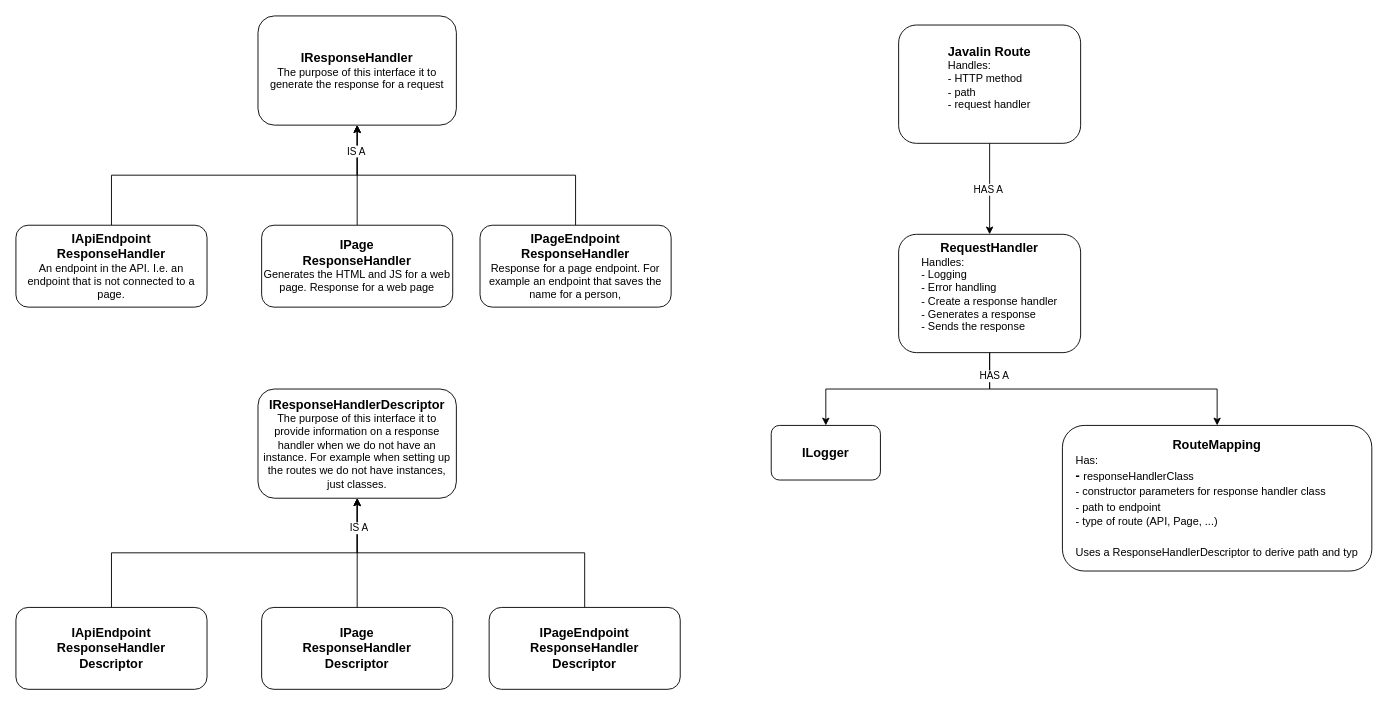
The draw.io diagram diagram.drawio in Schinzel/web-blocks, before the edit. Source tidied: cells renumbered, new cells numbered last; positions are measured from the earlier drawing's top-left corner, leaving out a move shared by most shapes. Both pictures are drawn from the tidied source at 91%, with x=0, y=0 at pixel (15, 15).
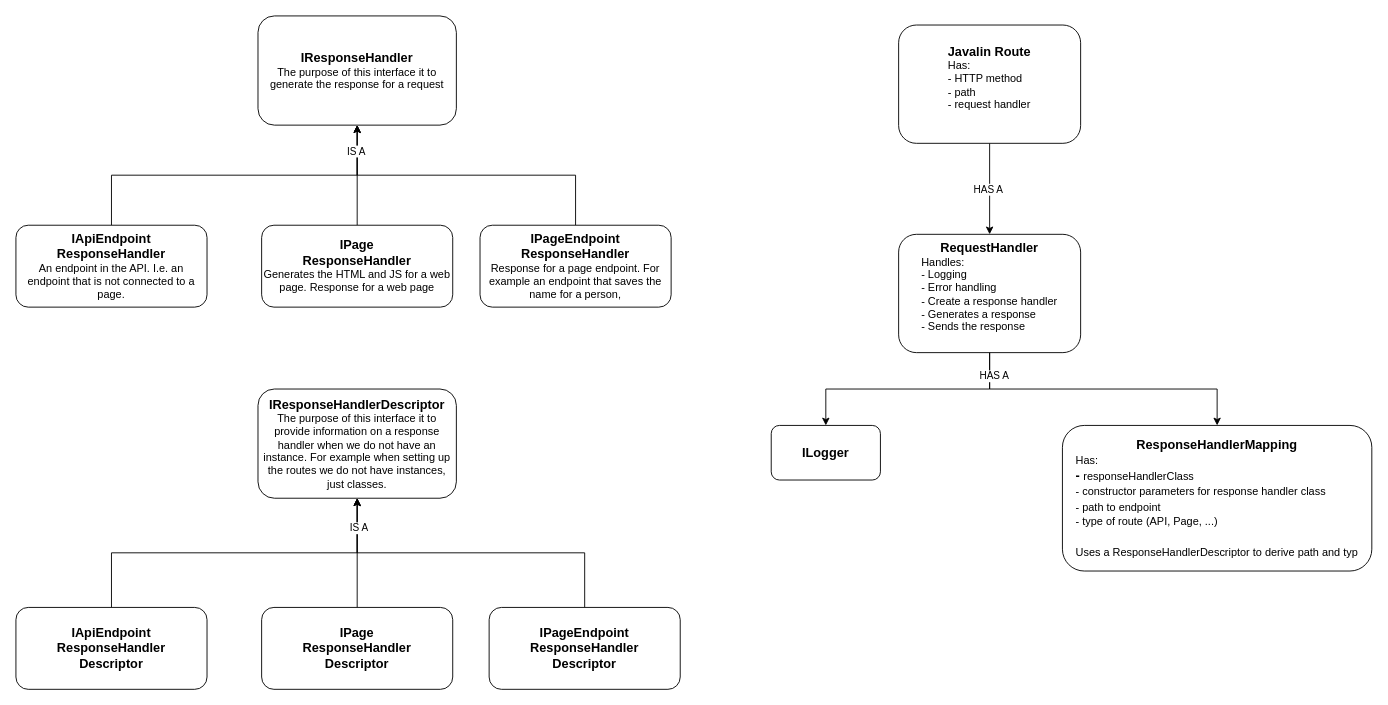
Above is the later version.

The edit, as a diff of the source:
```diff
@@
-    <mxCell id="25" value="&lt;font style=&quot;font-size: 14px;&quot;&gt;&lt;b&gt;RouteMapping&lt;/b&gt;&lt;br&gt;&lt;div style=&quot;text-align: left;&quot;&gt;&lt;span style=&quot;background-color: initial; font-size: 12px;&quot;&gt;Has:&lt;/span&gt;&lt;/div&gt;&lt;div style=&quot;font-weight: bold; text-align: left;&quot;&gt;&lt;b style=&quot;background-color: initial; font-size: 12px;&quot;&gt;&lt;font style=&quot;font-size: 14px;&quot;&gt;-&amp;nbsp;&lt;/font&gt;&lt;/b&gt;&lt;span style=&quot;background-color: initial; font-size: 12px; font-weight: normal;&quot;&gt;responseHandlerClass&lt;/span&gt;&lt;/div&gt;&lt;div style=&quot;font-weight: bold; text-align: left;&quot;&gt;&lt;span style=&quot;background-color: initial; font-size: 12px; font-weight: normal;&quot;&gt;- constructor parameters for response handler class&lt;/span&gt;&lt;/div&gt;&lt;div style=&quot;font-weight: bold; text-align: left;&quot;&gt;&lt;span style=&quot;background-color: initial; font-size: 12px; font-weight: normal;&quot;&gt;- path to endpoint&lt;/span&gt;&lt;/div&gt;&lt;div style=&quot;font-weight: bold; text-align: left;&quot;&gt;&lt;span style=&quot;background-color: initial; font-size: 12px; font-weight: normal;&quot;&gt;- type of route (API, Page, ...)&lt;/span&gt;&lt;/div&gt;&lt;div style=&quot;font-weight: bold; text-align: left;&quot;&gt;&lt;span style=&quot;background-color: initial; font-size: 12px; font-weight: normal;&quot;&gt;&lt;br&gt;&lt;/span&gt;&lt;/div&gt;&lt;div style=&quot;font-weight: bold; text-align: left;&quot;&gt;&lt;span style=&quot;background-color: initial; font-size: 12px; font-weight: normal;&quot;&gt;Uses a ResponseHandlerDescriptor to derive path and typ&lt;/span&gt;&lt;/div&gt;&lt;/font&gt;" style="rounded=1;whiteSpace=wrap;html=1;" parent="1" vertex="1">
+    <mxCell id="25" value="&lt;font style=&quot;font-size: 14px;&quot;&gt;&lt;b&gt;ResponseHandlerMapping&lt;/b&gt;&lt;br&gt;&lt;div style=&quot;text-align: left;&quot;&gt;&lt;span style=&quot;background-color: initial; font-size: 12px;&quot;&gt;Has:&lt;/span&gt;&lt;/div&gt;&lt;div style=&quot;font-weight: bold; text-align: left;&quot;&gt;&lt;b style=&quot;background-color: initial; font-size: 12px;&quot;&gt;&lt;font style=&quot;font-size: 14px;&quot;&gt;-&amp;nbsp;&lt;/font&gt;&lt;/b&gt;&lt;span style=&quot;background-color: initial; font-size: 12px; font-weight: normal;&quot;&gt;responseHandlerClass&lt;/span&gt;&lt;/div&gt;&lt;div style=&quot;font-weight: bold; text-align: left;&quot;&gt;&lt;span style=&quot;background-color: initial; font-size: 12px; font-weight: normal;&quot;&gt;- constructor parameters for response handler class&lt;/span&gt;&lt;/div&gt;&lt;div style=&quot;font-weight: bold; text-align: left;&quot;&gt;&lt;span style=&quot;background-color: initial; font-size: 12px; font-weight: normal;&quot;&gt;- path to endpoint&lt;/span&gt;&lt;/div&gt;&lt;div style=&quot;font-weight: bold; text-align: left;&quot;&gt;&lt;span style=&quot;background-color: initial; font-size: 12px; font-weight: normal;&quot;&gt;- type of route (API, Page, ...)&lt;/span&gt;&lt;/div&gt;&lt;div style=&quot;font-weight: bold; text-align: left;&quot;&gt;&lt;span style=&quot;background-color: initial; font-size: 12px; font-weight: normal;&quot;&gt;&lt;br&gt;&lt;/span&gt;&lt;/div&gt;&lt;div style=&quot;font-weight: bold; text-align: left;&quot;&gt;&lt;span style=&quot;background-color: initial; font-size: 12px; font-weight: normal;&quot;&gt;Uses a ResponseHandlerDescriptor to derive path and typ&lt;/span&gt;&lt;/div&gt;&lt;/font&gt;" style="rounded=1;whiteSpace=wrap;html=1;" parent="1" vertex="1">
       <mxGeometry x="1150" y="450" width="340" height="160" as="geometry" />
     </mxCell>
-    <mxCell id="26" value="&lt;b&gt;&lt;font style=&quot;font-size: 14px;&quot;&gt;Javalin Route&lt;/font&gt;&lt;/b&gt;&lt;br&gt;&lt;div style=&quot;text-align: left;&quot;&gt;&lt;span style=&quot;background-color: initial;&quot;&gt;Handles:&lt;/span&gt;&lt;/div&gt;&lt;div style=&quot;text-align: left;&quot;&gt;&lt;span style=&quot;background-color: initial;&quot;&gt;- HTTP method&lt;/span&gt;&lt;/div&gt;&lt;div style=&quot;text-align: left;&quot;&gt;&lt;span style=&quot;background-color: initial;&quot;&gt;- path&lt;/span&gt;&lt;/div&gt;&lt;div style=&quot;text-align: left;&quot;&gt;&lt;span style=&quot;background-color: initial;&quot;&gt;- request handler&lt;/span&gt;&lt;/div&gt;&lt;div style=&quot;text-align: left;&quot;&gt;&lt;br&gt;&lt;/div&gt;" style="rounded=1;whiteSpace=wrap;html=1;" parent="1" vertex="1">
+    <mxCell id="26" value="&lt;b&gt;&lt;font style=&quot;font-size: 14px;&quot;&gt;Javalin Route&lt;/font&gt;&lt;/b&gt;&lt;br&gt;&lt;div style=&quot;text-align: left;&quot;&gt;&lt;span style=&quot;background-color: initial;&quot;&gt;Has:&lt;/span&gt;&lt;/div&gt;&lt;div style=&quot;text-align: left;&quot;&gt;&lt;span style=&quot;background-color: initial;&quot;&gt;- HTTP method&lt;/span&gt;&lt;/div&gt;&lt;div style=&quot;text-align: left;&quot;&gt;&lt;span style=&quot;background-color: initial;&quot;&gt;- path&lt;/span&gt;&lt;/div&gt;&lt;div style=&quot;text-align: left;&quot;&gt;&lt;span style=&quot;background-color: initial;&quot;&gt;- request handler&lt;/span&gt;&lt;/div&gt;&lt;div style=&quot;text-align: left;&quot;&gt;&lt;br&gt;&lt;/div&gt;" style="rounded=1;whiteSpace=wrap;html=1;" parent="1" vertex="1">
       <mxGeometry x="970" y="10" width="200" height="130" as="geometry" />
     </mxCell>
```
